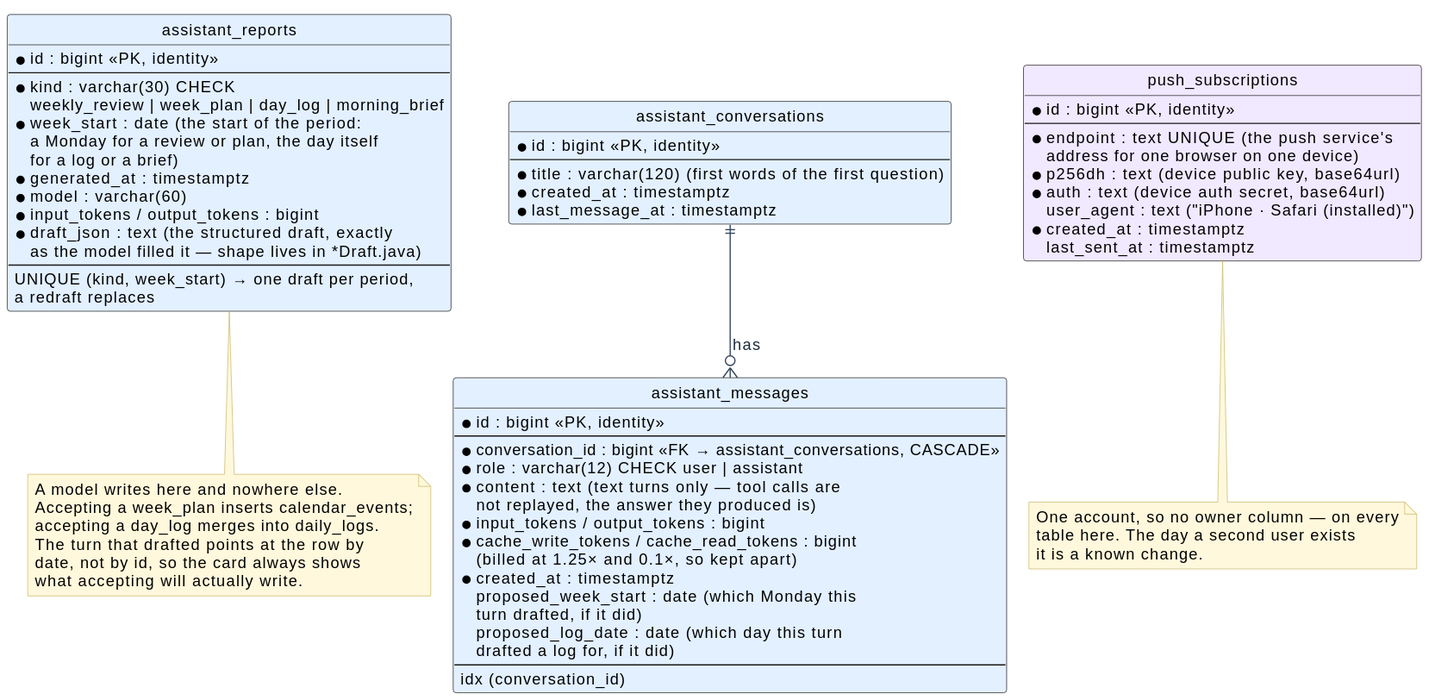
Before: gt2/docs/diagrams/data-model-assistant.svg, a diagram exported from PlantUML (caseythecoder90/grindtrack).
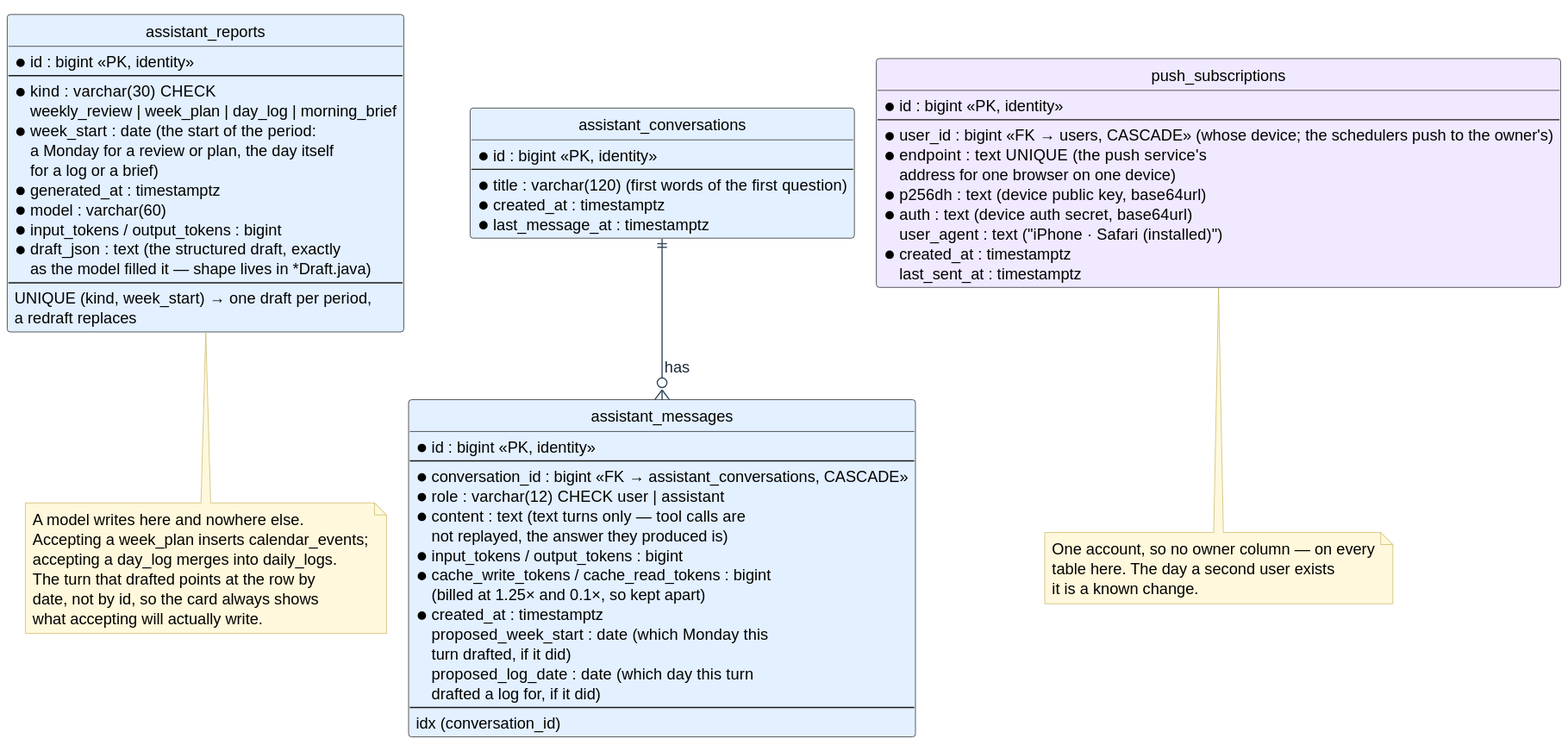
The same diagram one commit later.

What changed in the source:
```diff
@@ -66,6 +66,7 @@
 entity "push_subscriptions" as subs #F0E9FF {
   * id : bigint <<PK, identity>>
   --
+  * user_id : bigint <<FK → users, CASCADE>>  (whose device; the schedulers push to the owner's)
   * endpoint : text  UNIQUE  (the push service's
       address for one browser on one device)
   * p256dh : text  (device public key, base64url)
```
